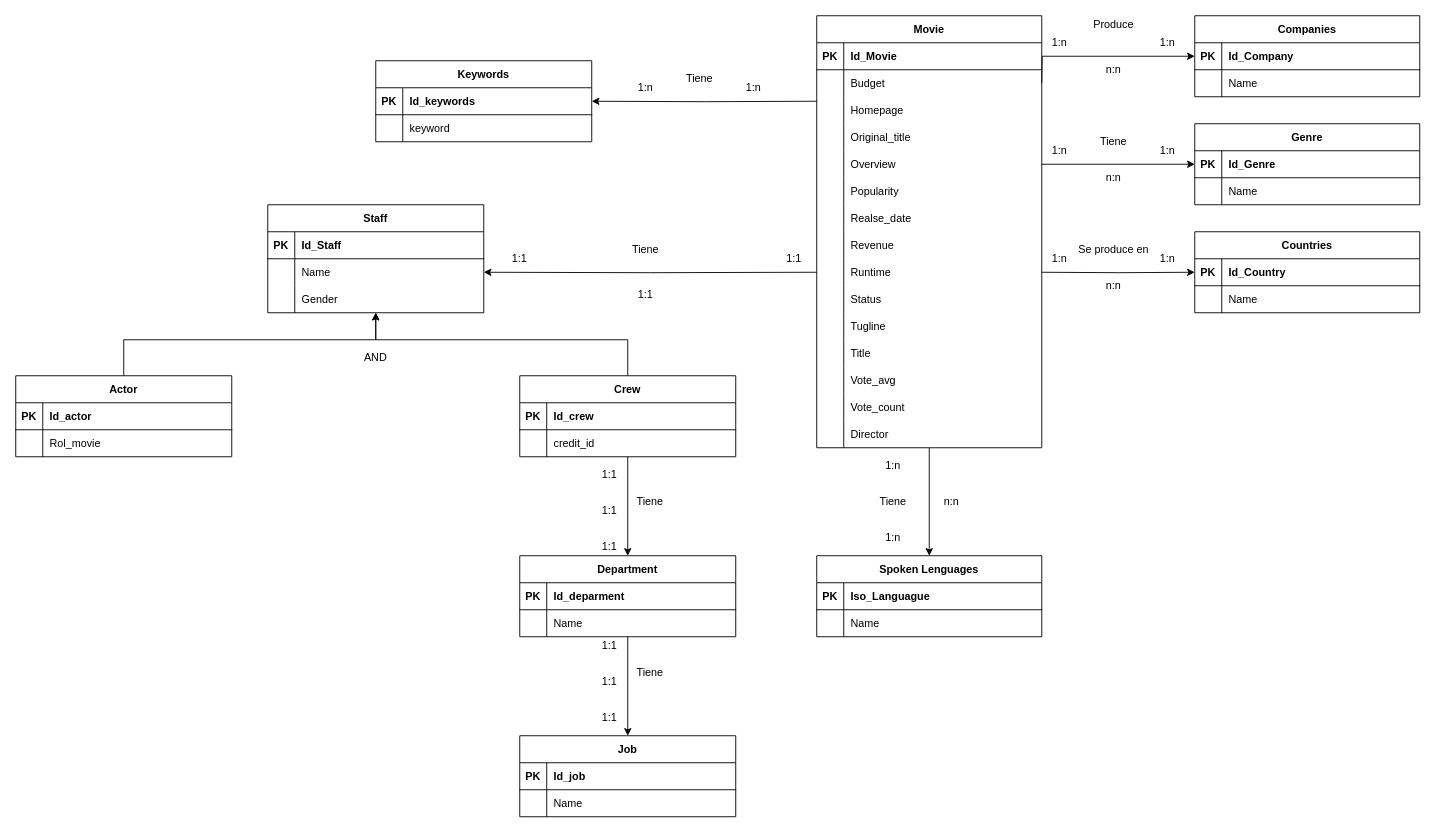
Above: Diagrama sin título.drawio in rubenjz/RepositorioEjemplo (draw.io), before the change. Source tidied: cells renumbered, new cells numbered last; positions are measured from the earlier drawing's top-left corner, leaving out a move shared by most shapes. Both pictures are drawn from the tidied source at 90%, with x=0, y=0 at pixel (15, 15).
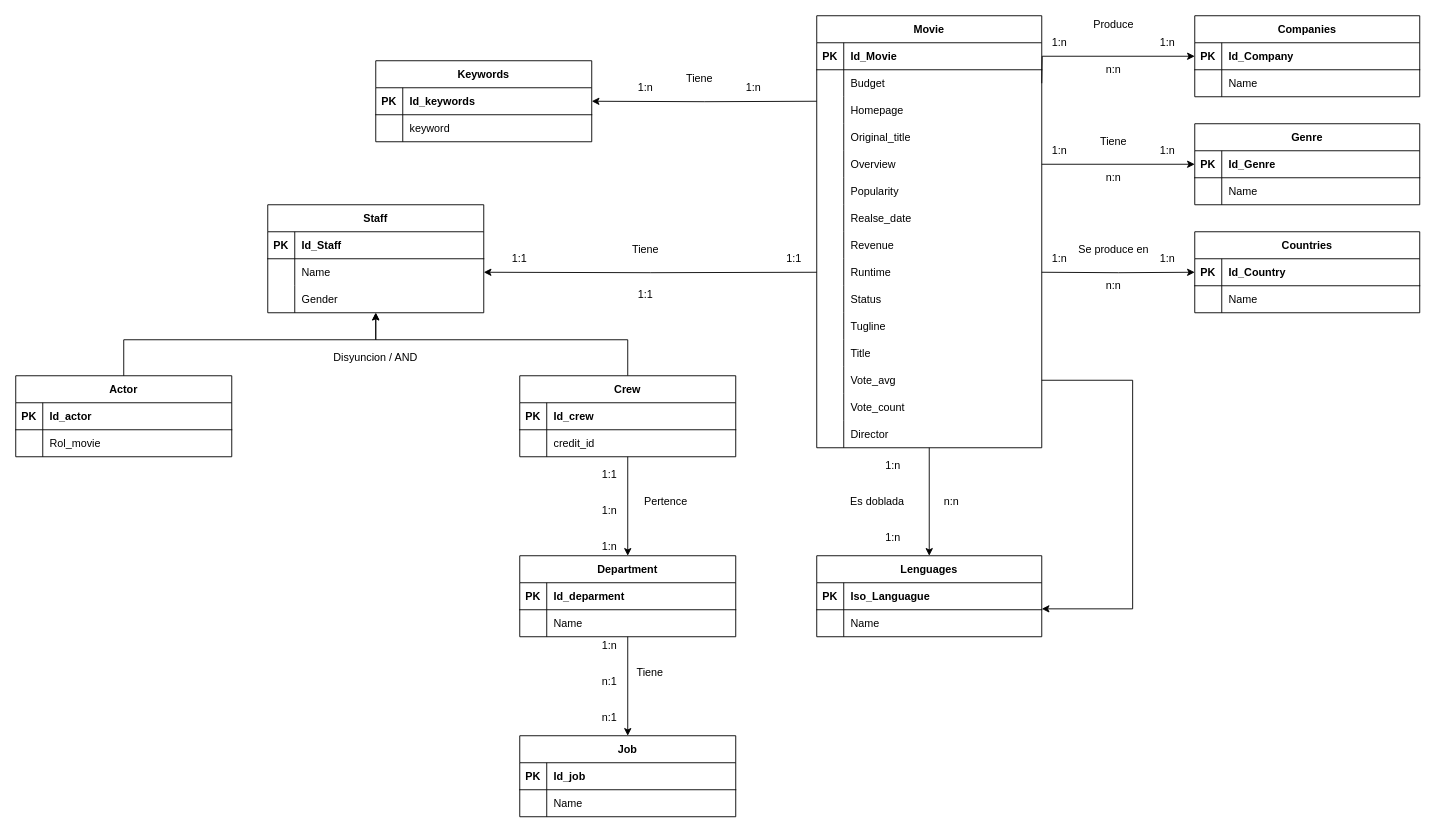
The same page after the edit.

Unchanged cells that the change refers to:
```xml
<mxCell id="41" style="shape=partialRectangle;fillColor=none;points=[[0,0.5],[1,0.5]];portConstraint=eastwest;top=0;left=0;right=0;bottom=0;" parent="4" vertex="1">
  <mxGeometry y="390" width="250" height="30" as="geometry" />
</mxCell>
```

What changed in the source:
```diff
@@
-    <mxCell id="84" value="Spoken Lenguages" style="shape=table;startSize=30;childLayout=tableLayout;rowLines=0;fontStyle=1;align=center;" parent="1" vertex="1">
+    <mxCell id="84" value="Lenguages" style="shape=table;startSize=30;childLayout=tableLayout;rowLines=0;fontStyle=1;align=center;" parent="1" vertex="1">
       <mxGeometry x="890" y="600" width="250" height="90" as="geometry" />
     </mxCell>
@@
-    <mxCell id="153" value="Tiene" style="text;strokeColor=none;align=center;fillColor=none;html=1;verticalAlign=middle;whiteSpace=wrap;rounded=0;" parent="1" vertex="1">
-      <mxGeometry x="955" y="530" width="40" height="20" as="geometry" />
+    <mxCell id="153" value="Es doblada" style="text;strokeColor=none;align=center;fillColor=none;html=1;verticalAlign=middle;whiteSpace=wrap;rounded=0;" parent="1" vertex="1">
+      <mxGeometry x="920" y="530" width="75" height="20" as="geometry" />
     </mxCell>
-    <mxCell id="154" value="AND" style="text;strokeColor=none;align=center;fillColor=none;html=1;verticalAlign=middle;whiteSpace=wrap;rounded=0;" parent="1" vertex="1">
-      <mxGeometry x="380" y="370" width="40" height="20" as="geometry" />
+    <mxCell id="154" value="Disyuncion / AND" style="text;strokeColor=none;align=center;fillColor=none;html=1;verticalAlign=middle;whiteSpace=wrap;rounded=0;" parent="1" vertex="1">
+      <mxGeometry x="320" y="370" width="160" height="20" as="geometry" />
     </mxCell>
@@
-    <mxCell id="156" value="1:1" style="text;strokeColor=none;align=center;fillColor=none;html=1;verticalAlign=middle;whiteSpace=wrap;rounded=0;" parent="1" vertex="1">
+    <mxCell id="156" value="1:n" style="text;strokeColor=none;align=center;fillColor=none;html=1;verticalAlign=middle;whiteSpace=wrap;rounded=0;" parent="1" vertex="1">
       <mxGeometry x="640" y="580" width="40" height="20" as="geometry" />
     </mxCell>
-    <mxCell id="157" value="1:1" style="text;strokeColor=none;align=center;fillColor=none;html=1;verticalAlign=middle;whiteSpace=wrap;rounded=0;" parent="1" vertex="1">
+    <mxCell id="157" value="1:n" style="text;strokeColor=none;align=center;fillColor=none;html=1;verticalAlign=middle;whiteSpace=wrap;rounded=0;" parent="1" vertex="1">
       <mxGeometry x="640" y="540" width="40" height="20" as="geometry" />
     </mxCell>
-    <mxCell id="158" value="Tiene" style="text;strokeColor=none;align=center;fillColor=none;html=1;verticalAlign=middle;whiteSpace=wrap;rounded=0;" parent="1" vertex="1">
-      <mxGeometry x="685" y="530" width="40" height="20" as="geometry" />
+    <mxCell id="158" value="Pertence" style="text;strokeColor=none;align=center;fillColor=none;html=1;verticalAlign=middle;whiteSpace=wrap;rounded=0;" parent="1" vertex="1">
+      <mxGeometry x="685" y="530" width="75" height="20" as="geometry" />
     </mxCell>
-    <mxCell id="159" value="1:1" style="text;strokeColor=none;align=center;fillColor=none;html=1;verticalAlign=middle;whiteSpace=wrap;rounded=0;" parent="1" vertex="1">
+    <mxCell id="159" value="1:n" style="text;strokeColor=none;align=center;fillColor=none;html=1;verticalAlign=middle;whiteSpace=wrap;rounded=0;" parent="1" vertex="1">
       <mxGeometry x="640" y="690" width="40" height="20" as="geometry" />
     </mxCell>
-    <mxCell id="160" value="1:1" style="text;strokeColor=none;align=center;fillColor=none;html=1;verticalAlign=middle;whiteSpace=wrap;rounded=0;" parent="1" vertex="1">
+    <mxCell id="160" value="n:1" style="text;strokeColor=none;align=center;fillColor=none;html=1;verticalAlign=middle;whiteSpace=wrap;rounded=0;" parent="1" vertex="1">
       <mxGeometry x="640" y="770" width="40" height="20" as="geometry" />
     </mxCell>
-    <mxCell id="161" value="1:1" style="text;strokeColor=none;align=center;fillColor=none;html=1;verticalAlign=middle;whiteSpace=wrap;rounded=0;" parent="1" vertex="1">
+    <mxCell id="161" value="n:1" style="text;strokeColor=none;align=center;fillColor=none;html=1;verticalAlign=middle;whiteSpace=wrap;rounded=0;" parent="1" vertex="1">
       <mxGeometry x="640" y="730" width="40" height="20" as="geometry" />
     </mxCell>
@@
+    <mxCell id="163" style="edgeStyle=orthogonalEdgeStyle;rounded=0;jettySize=auto;html=1;" parent="1" edge="1" source="41" target="84">
+      <mxGeometry relative="1" as="geometry">
+        <Array as="points">
+          <mxPoint x="1241" y="405" />
+          <mxPoint x="1241" y="659" />
+        </Array>
+      </mxGeometry>
+    </mxCell>
```
